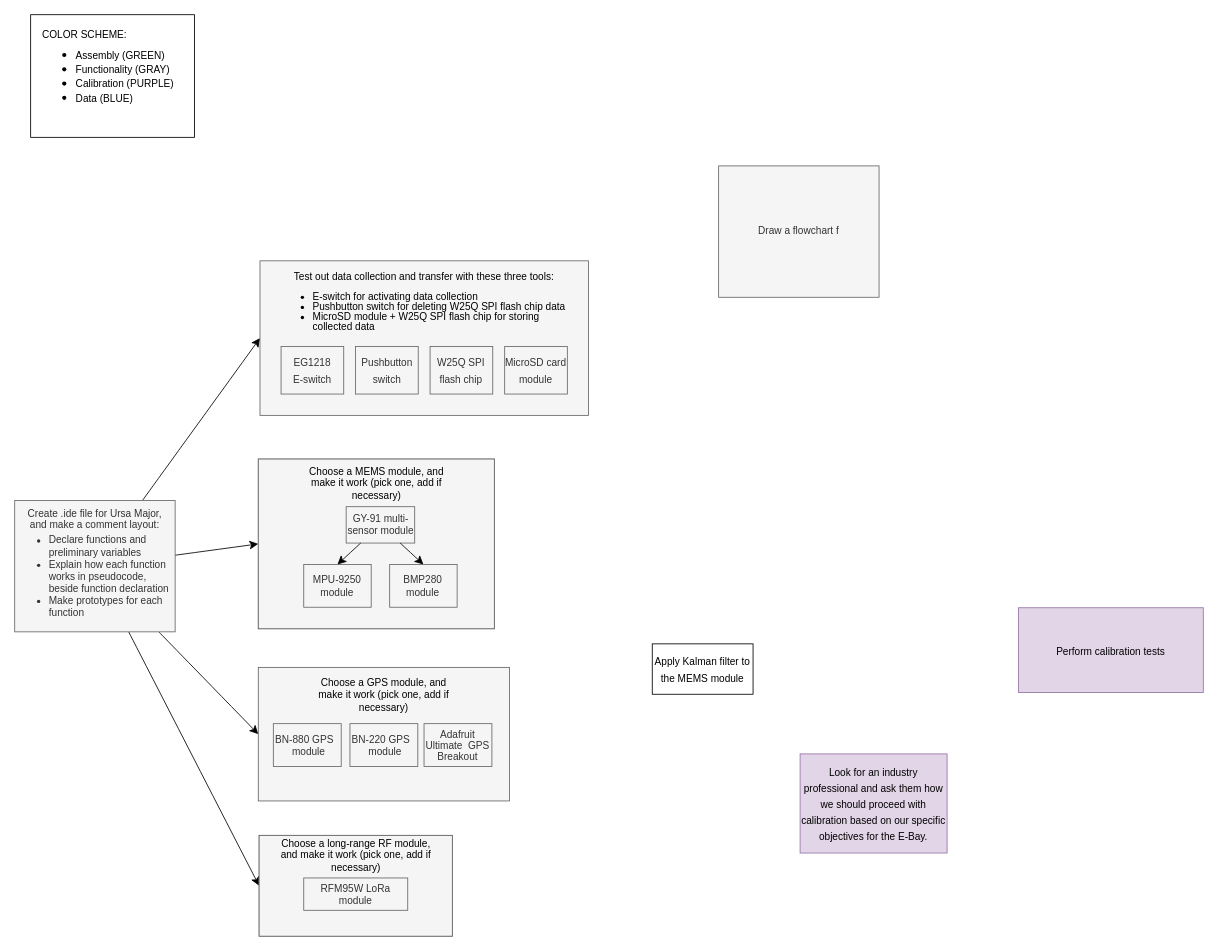
This is URSA MINOR v1 Focus Tree.drawio from CEO-of-GitHub/URSA-MINOR, a draw.io file, before an edit. Source tidied: cells renumbered, new cells numbered last; positions are measured from the earlier drawing's top-left corner, leaving out a move shared by most shapes. Both pictures are drawn from the tidied source at 84%, with x=0, y=0 at pixel (14, 14).
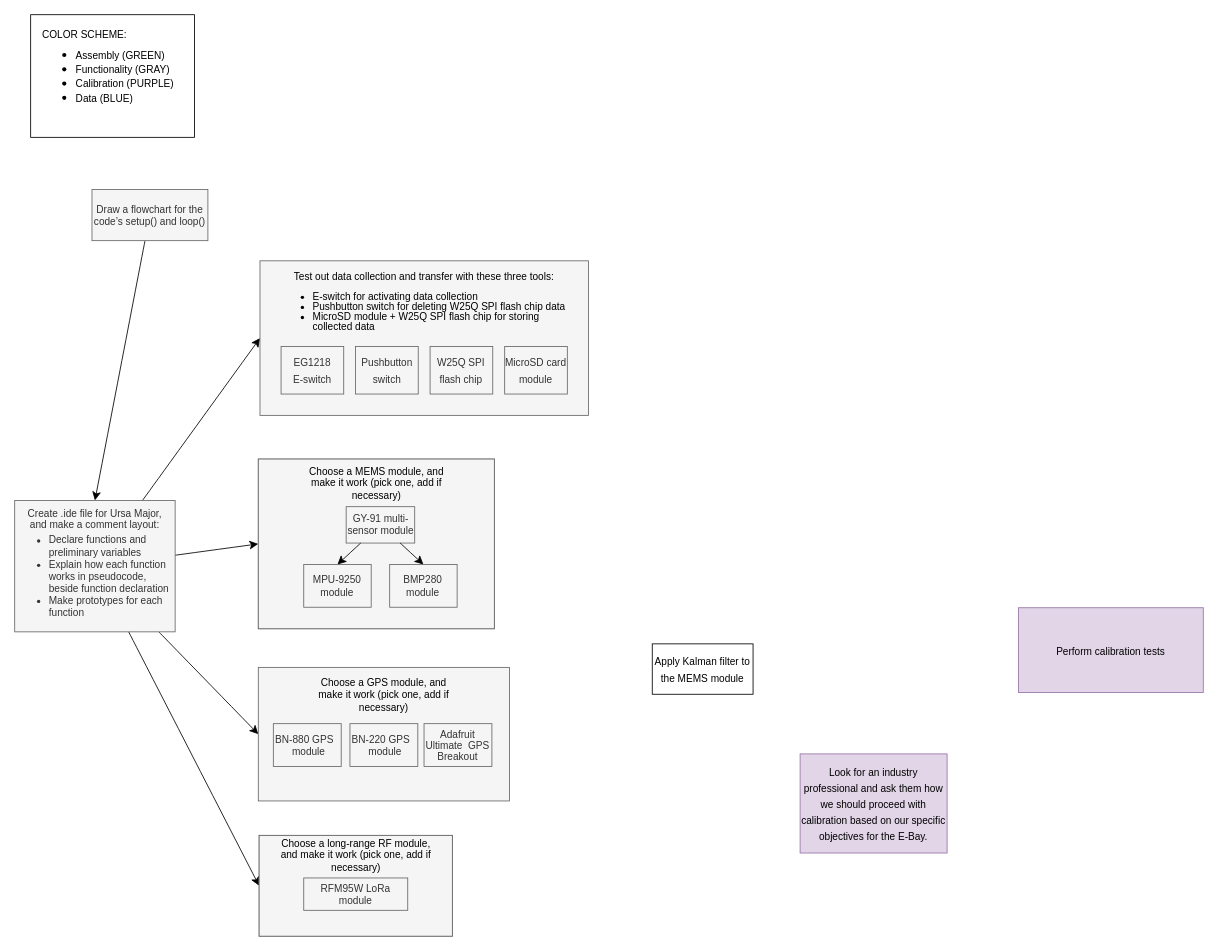
The same diagram, later.

The change refers to these unchanged cells:
```xml
<mxCell id="6" value="&lt;p style=&quot;line-height: 0%;&quot;&gt;Create .ide file for Ursa Major,&lt;/p&gt;&lt;p style=&quot;line-height: 0%;&quot;&gt;and make a comment layout:&lt;/p&gt;&lt;div style=&quot;text-align: left;&quot;&gt;&lt;ul&gt;&lt;li&gt;Declare functions and preliminary variables&lt;/li&gt;&lt;li&gt;Explain how each function works in pseudocode, beside function declaration&lt;/li&gt;&lt;li&gt;Make prototypes for each function&lt;/li&gt;&lt;/ul&gt;&lt;/div&gt;&lt;p&gt;&lt;/p&gt;" style="whiteSpace=wrap;html=1;fontSize=12;fillColor=#f5f5f5;strokeColor=#666666;fontColor=#333333;" parent="1" vertex="1">
  <mxGeometry y="578.3" width="191" height="156.4" as="geometry" />
</mxCell>
```

The edit, as a diff of the source:
```diff
@@
+    <mxCell id="37" style="edgeStyle=none;curved=1;rounded=0;jettySize=auto;html=1;entryX=0.5;entryY=0;entryDx=0;entryDy=0;fontSize=12;startSize=8;endSize=8;" parent="1" edge="1" source="36" target="6">
+      <mxGeometry relative="1" as="geometry" />
+    </mxCell>
-    <mxCell id="36" value="Draw a flowchart f" style="whiteSpace=wrap;html=1;fontSize=12;fillColor=#f5f5f5;strokeColor=#666666;fontColor=#333333;" parent="1" vertex="1">
-      <mxGeometry x="838" y="180" width="191" height="156.4" as="geometry" />
+    <mxCell id="36" value="Draw a flowchart for the code’s setup() and loop()" style="whiteSpace=wrap;html=1;fontSize=12;fillColor=#f5f5f5;strokeColor=#666666;fontColor=#333333;" parent="1" vertex="1">
+      <mxGeometry x="92" y="208" width="138" height="61" as="geometry" />
     </mxCell>
```
